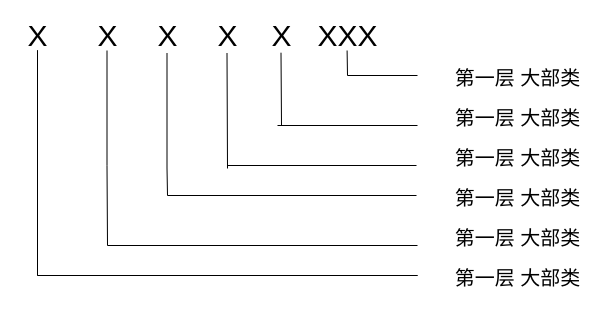
729973389/picture keeps this draw.io diagram as Untitled Diagram.drawio. Above is the earlier version. Source tidied: cells renumbered, new cells numbered last; positions are measured from the earlier drawing's top-left corner, leaving out a move shared by most shapes. Both pictures are drawn from the tidied source at 100%, with x=0, y=0 at pixel (17, 20).
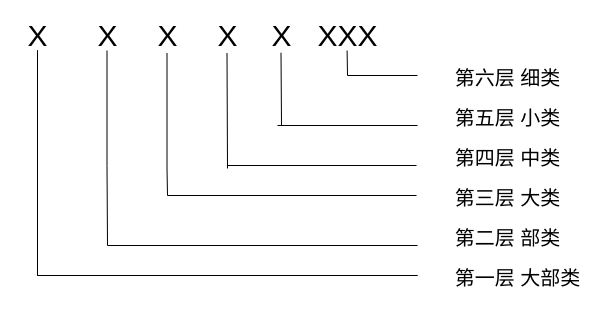
Above is the later version.

The edit, as a diff of the source:
```diff
@@
-    <mxCell id="6" value="&lt;font style=&quot;font-size: 20px&quot;&gt;第一层 大部类&lt;/font&gt;" style="text;html=1;align=center;verticalAlign=middle;strokeColor=none;fillColor=none;fontSize=43;" parent="1" vertex="1">
-      <mxGeometry x="430" y="175" width="140" height="70" as="geometry" />
+    <mxCell id="6" value="&lt;font style=&quot;font-size: 20px&quot;&gt;第二层 部类&lt;/font&gt;" style="text;html=1;align=center;verticalAlign=middle;strokeColor=none;fillColor=none;fontSize=43;" parent="1" vertex="1">
+      <mxGeometry x="430" y="175" width="120" height="70" as="geometry" />
     </mxCell>
-    <mxCell id="7" value="&lt;font style=&quot;font-size: 20px&quot;&gt;第一层 大部类&lt;/font&gt;" style="text;html=1;align=center;verticalAlign=middle;strokeColor=none;fillColor=none;fontSize=43;" parent="1" vertex="1">
-      <mxGeometry x="430" y="135" width="140" height="70" as="geometry" />
+    <mxCell id="7" value="&lt;font style=&quot;font-size: 20px&quot;&gt;第三层 大类&lt;/font&gt;" style="text;html=1;align=center;verticalAlign=middle;strokeColor=none;fillColor=none;fontSize=43;" parent="1" vertex="1">
+      <mxGeometry x="430" y="135" width="120" height="70" as="geometry" />
     </mxCell>
-    <mxCell id="8" value="&lt;font style=&quot;font-size: 20px&quot;&gt;第一层 大部类&lt;/font&gt;" style="text;html=1;align=center;verticalAlign=middle;strokeColor=none;fillColor=none;fontSize=43;" parent="1" vertex="1">
-      <mxGeometry x="430" y="95" width="140" height="70" as="geometry" />
+    <mxCell id="8" value="&lt;font style=&quot;font-size: 20px&quot;&gt;第四层 中类&lt;/font&gt;" style="text;html=1;align=center;verticalAlign=middle;strokeColor=none;fillColor=none;fontSize=43;" parent="1" vertex="1">
+      <mxGeometry x="430" y="95" width="120" height="70" as="geometry" />
     </mxCell>
@@
-    <mxCell id="16" value="&lt;font style=&quot;font-size: 20px&quot;&gt;第一层 大部类&lt;/font&gt;" style="text;html=1;align=center;verticalAlign=middle;strokeColor=none;fillColor=none;fontSize=43;" parent="1" vertex="1">
-      <mxGeometry x="430" y="55" width="140" height="70" as="geometry" />
+    <mxCell id="16" value="&lt;font style=&quot;font-size: 20px&quot;&gt;第五层 小类&lt;/font&gt;" style="text;html=1;align=center;verticalAlign=middle;strokeColor=none;fillColor=none;fontSize=43;" parent="1" vertex="1">
+      <mxGeometry x="430" y="55" width="120" height="70" as="geometry" />
     </mxCell>
-    <mxCell id="17" value="&lt;font style=&quot;font-size: 20px&quot;&gt;第一层 大部类&lt;/font&gt;" style="text;html=1;align=center;verticalAlign=middle;strokeColor=none;fillColor=none;fontSize=43;" parent="1" vertex="1">
-      <mxGeometry x="430" y="15" width="140" height="70" as="geometry" />
+    <mxCell id="17" value="&lt;font style=&quot;font-size: 20px&quot;&gt;第六层 细类&lt;/font&gt;" style="text;html=1;align=center;verticalAlign=middle;strokeColor=none;fillColor=none;fontSize=43;" parent="1" vertex="1">
+      <mxGeometry x="430" y="15" width="120" height="70" as="geometry" />
     </mxCell>
```
